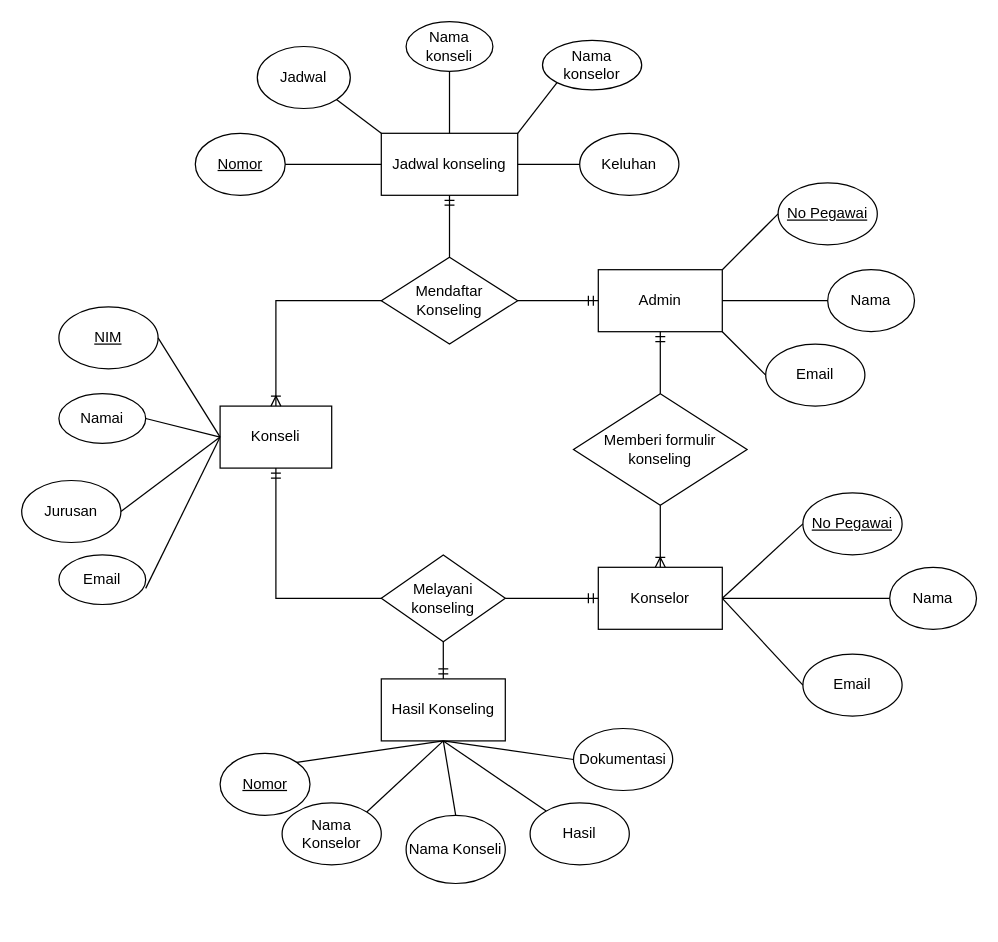
This is page "ERD" (2 of 3) of UML.drawio from rhmdin/TB-APSI, a draw.io file, before an edit. Source tidied: cells renumbered, new cells numbered last; positions are measured from the earlier drawing's top-left corner, leaving out a move shared by most shapes. Both pictures are drawn from the tidied source at 124%, with x=0, y=0 at pixel (21, 21).
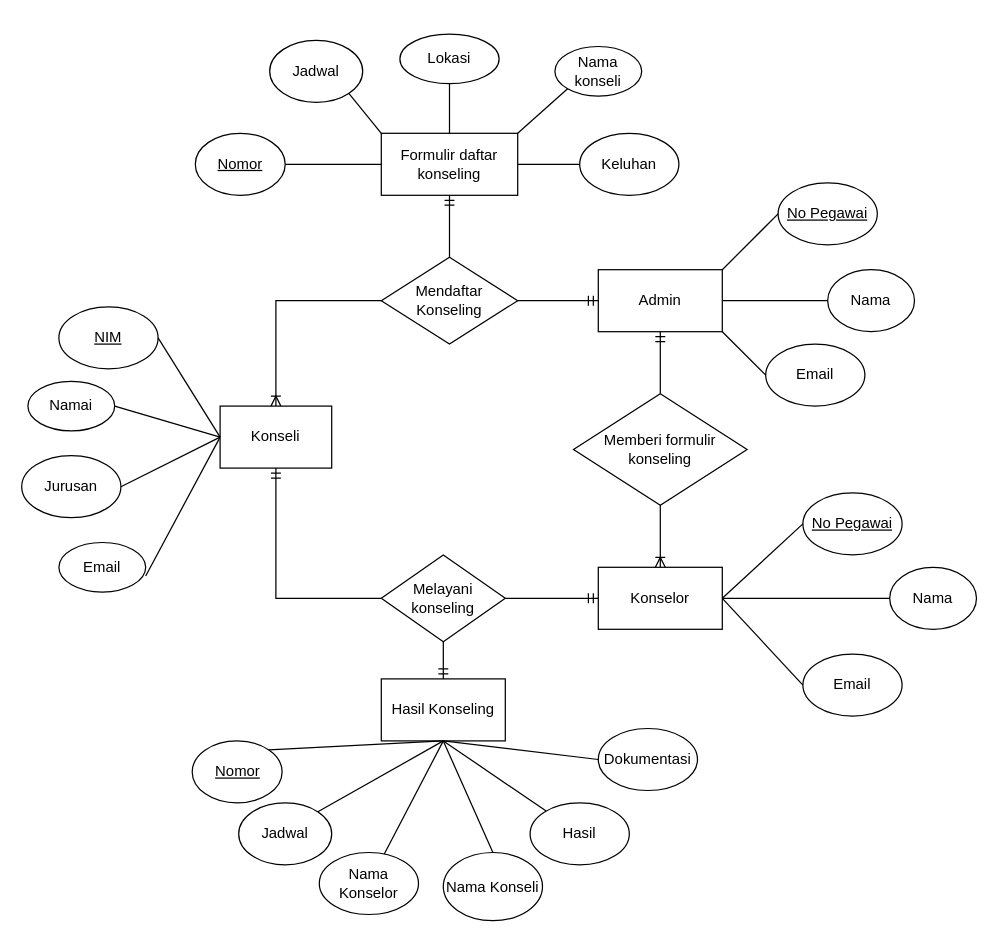
The same page after the edit.

The change refers to these unchanged cells:
```xml
<mxCell id="8" value="Hasil Konseling" style="rounded=0;whiteSpace=wrap;html=1;" parent="1" vertex="1">
  <mxGeometry x="290" y="530" width="100" height="50" as="geometry" />
</mxCell>
```

Diff of the diagram source:
```diff
@@
-    <mxCell id="7" value="Jadwal konseling" style="rounded=0;whiteSpace=wrap;html=1;" parent="1" vertex="1">
+    <mxCell id="7" value="Formulir daftar konseling" style="rounded=0;whiteSpace=wrap;html=1;" parent="1" vertex="1">
       <mxGeometry x="290" y="90" width="110" height="50" as="geometry" />
     </mxCell>
@@
     <mxCell id="20" value="Nomor" style="ellipse;whiteSpace=wrap;html=1;fontStyle=4;" parent="1" vertex="1">
-      <mxGeometry x="160" y="590" width="72.5" height="50" as="geometry" />
+      <mxGeometry x="137.5" y="580" width="72.5" height="50" as="geometry" />
     </mxCell>
     <mxCell id="21" value="Jadwal" style="ellipse;whiteSpace=wrap;html=1;" parent="1" vertex="1">
-      <mxGeometry x="190" y="20" width="75" height="50" as="geometry" />
+      <mxGeometry x="200" y="15" width="75" height="50" as="geometry" />
     </mxCell>
     <mxCell id="22" value="Nama&lt;br&gt;konseli" style="ellipse;whiteSpace=wrap;html=1;" parent="1" vertex="1">
-      <mxGeometry x="310" width="70" height="40" as="geometry" />
+      <mxGeometry x="430" y="20" width="70" height="40" as="geometry" />
     </mxCell>
@@
-    <mxCell id="26" style="endArrow=none;html=1;rounded=0;exitX=0.5;exitY=1;exitDx=0;exitDy=0;" parent="1" edge="1" source="22">
-      <mxGeometry relative="1" as="geometry">
-        <mxPoint x="345" y="90" as="targetPoint" />
-      </mxGeometry>
+    <mxCell id="26" style="endArrow=none;html=1;rounded=0;exitX=0;exitY=1;exitDx=0;exitDy=0;entryX=1;entryY=0;entryDx=0;entryDy=0;" parent="1" edge="1" source="22" target="7">
+      <mxGeometry relative="1" as="geometry" />
     </mxCell>
@@
     <mxCell id="35" value="Jurusan" style="ellipse;whiteSpace=wrap;html=1;" parent="1" vertex="1">
-      <mxGeometry y="370" width="80" height="50" as="geometry" />
+      <mxGeometry y="350" width="80" height="50" as="geometry" />
     </mxCell>
@@
     <mxCell id="39" value="Nama Konselor" style="ellipse;whiteSpace=wrap;html=1;" parent="1" vertex="1">
-      <mxGeometry x="210" y="630" width="80" height="50" as="geometry" />
+      <mxGeometry x="240" y="670" width="80" height="50" as="geometry" />
     </mxCell>
     <mxCell id="40" value="Nama Konseli" style="ellipse;whiteSpace=wrap;html=1;" parent="1" vertex="1">
-      <mxGeometry x="310" y="640" width="80" height="55" as="geometry" />
+      <mxGeometry x="340" y="670" width="80" height="55" as="geometry" />
     </mxCell>
@@
-    <mxCell id="42" style="endArrow=none;html=1;rounded=0;exitX=1;exitY=0;exitDx=0;exitDy=0;entryX=0.5;entryY=1;entryDx=0;entryDy=0;" parent="1" edge="1" source="39" target="8">
+    <mxCell id="42" style="endArrow=none;html=1;rounded=0;entryX=0.5;entryY=1;entryDx=0;entryDy=0;" parent="1" edge="1" source="39" target="8">
       <mxGeometry relative="1" as="geometry" />
     </mxCell>
@@
-    <mxCell id="51" style="rounded=0;jettySize=auto;html=1;exitX=0;exitY=1;exitDx=0;exitDy=0;entryX=1;entryY=0;entryDx=0;entryDy=0;endArrow=none;endFill=0;" parent="1" edge="1" source="52" target="7">
+    <mxCell id="51" style="rounded=0;jettySize=auto;html=1;exitX=0.5;exitY=1;exitDx=0;exitDy=0;entryX=0.5;entryY=0;entryDx=0;entryDy=0;endArrow=none;endFill=0;" parent="1" edge="1" source="52" target="7">
       <mxGeometry relative="1" as="geometry" />
     </mxCell>
-    <mxCell id="52" value="Nama konselor" style="ellipse;whiteSpace=wrap;html=1;" parent="1" vertex="1">
-      <mxGeometry x="420" y="15" width="80" height="40" as="geometry" />
+    <mxCell id="52" value="Lokasi" style="ellipse;whiteSpace=wrap;html=1;" parent="1" vertex="1">
+      <mxGeometry x="305" y="10" width="80" height="40" as="geometry" />
     </mxCell>
     <mxCell id="53" value="Namai" style="ellipse;whiteSpace=wrap;html=1;" parent="1" vertex="1">
-      <mxGeometry x="30" y="300" width="70" height="40" as="geometry" />
+      <mxGeometry x="5" y="290" width="70" height="40" as="geometry" />
     </mxCell>
     <mxCell id="54" value="Email" style="ellipse;whiteSpace=wrap;html=1;" parent="1" vertex="1">
-      <mxGeometry x="30" y="430" width="70" height="40" as="geometry" />
+      <mxGeometry x="30" y="420" width="70" height="40" as="geometry" />
     </mxCell>
@@
     <mxCell id="56" value="Dokumentasi" style="ellipse;whiteSpace=wrap;html=1;" parent="1" vertex="1">
-      <mxGeometry x="445" y="570" width="80" height="50" as="geometry" />
+      <mxGeometry x="465" y="570" width="80" height="50" as="geometry" />
     </mxCell>
@@
+    <mxCell id="58" style="rounded=0;jettySize=auto;html=1;exitX=1;exitY=0;exitDx=0;exitDy=0;entryX=0.5;entryY=1;entryDx=0;entryDy=0;endArrow=none;endFill=0;" parent="1" edge="1" source="59" target="8">
+      <mxGeometry relative="1" as="geometry" />
+    </mxCell>
+    <mxCell id="59" value="Jadwal" style="ellipse;whiteSpace=wrap;html=1;" parent="1" vertex="1">
+      <mxGeometry x="175" y="630" width="75" height="50" as="geometry" />
+    </mxCell>
```
